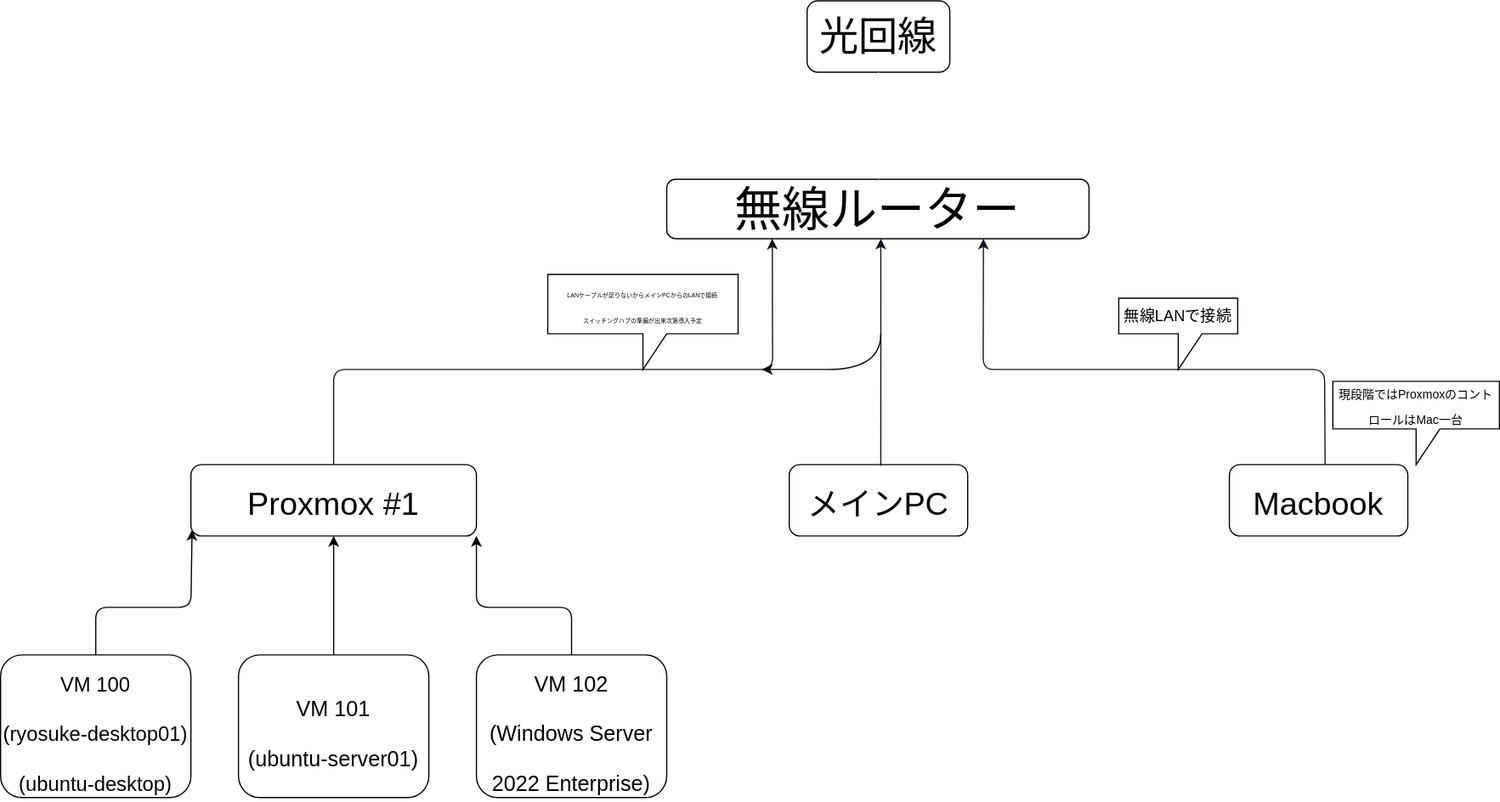
ryosuke0121/ryosuke-infrastructure keeps this draw.io diagram as ryosuke-infrastructure.drawio.svg. Above is the earlier version. Source tidied: cells renumbered, new cells last; positions are measured from the earlier drawing's top-left corner, leaving out a move shared by most shapes.
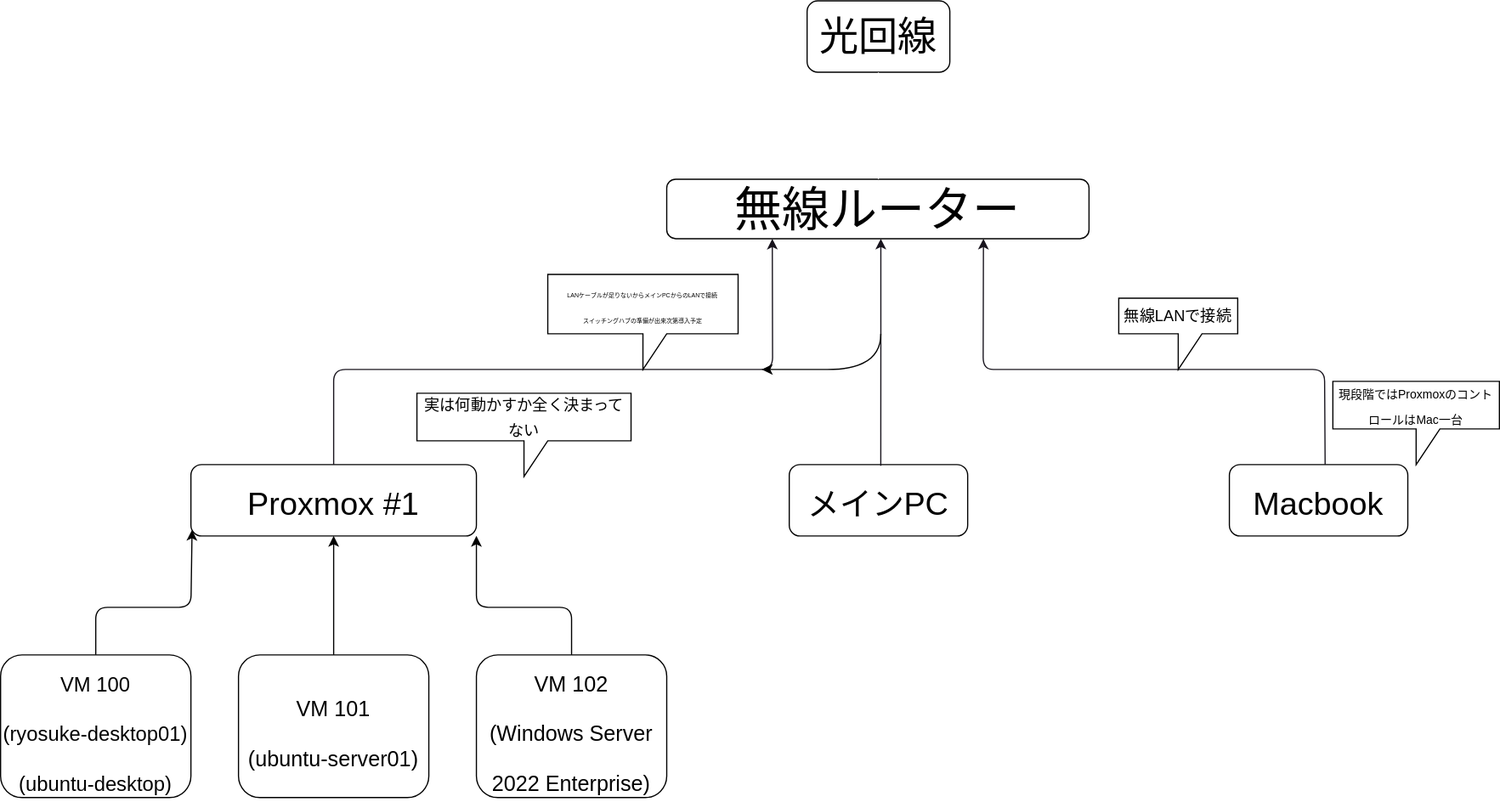
Later version of the same file.

What changed in the source:
```diff
@@ -104,5 +104,8 @@
     <mxCell id="20" value="&lt;font style=&quot;font-size: 10px;&quot; color=&quot;#000000&quot;&gt;現段階ではProxmoxのコントロールはMac一台&lt;/font&gt;" style="shape=callout;whiteSpace=wrap;html=1;perimeter=calloutPerimeter;fontSize=17;fillColor=none;strokeColor=#000000;" parent="1" vertex="1">
       <mxGeometry x="1120" y="320" width="140" height="70" as="geometry" />
     </mxCell>
+    <mxCell id="21" value="&lt;font style=&quot;font-size: 13px;&quot; color=&quot;#000000&quot;&gt;実は何動かすか全く決まってない&lt;/font&gt;" style="shape=callout;whiteSpace=wrap;html=1;perimeter=calloutPerimeter;fontSize=17;fillColor=none;strokeColor=#000000;" parent="1" vertex="1">
+      <mxGeometry x="350" y="330" width="180" height="70" as="geometry" />
+    </mxCell>
   </root>
 </mxGraphModel>
```
